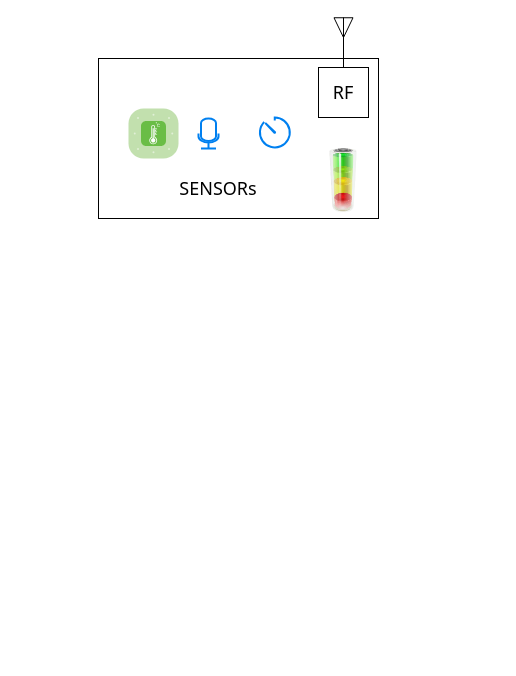
Earlier version of the draw.io diagram page "Page-2" (2 of 2) of CBM.drawio (anhvanthe/01_my_drawio). Source tidied: cells renumbered, new cells numbered last; positions are measured from the earlier drawing's top-left corner, leaving out a move shared by most shapes. Both pictures are drawn from the tidied source at 100%, with x=0, y=0 at pixel (98, 17).
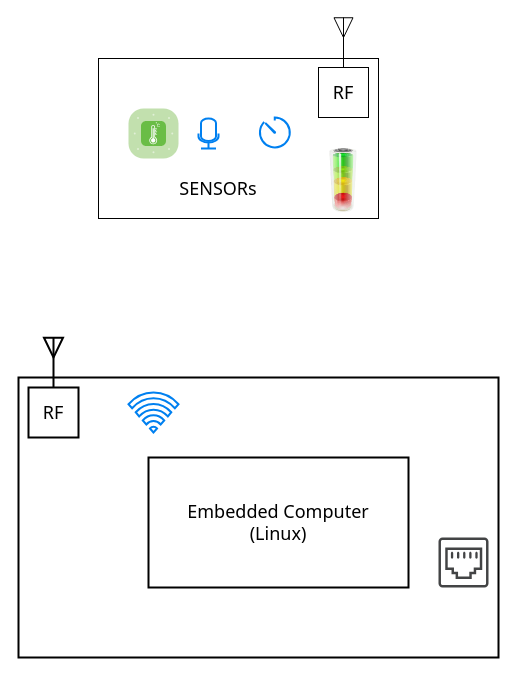
The same diagram, later.

Change to the diagram source:
```diff
@@
 <mxGraphModel>
   <root>
     <mxCell id="0" />
     <mxCell id="1" parent="0" />
     <mxCell id="2" style="rounded=0;whiteSpace=wrap;html=1;fontFamily=Verdana;fontSize=20;" parent="1" vertex="1">
       <mxGeometry y="41" width="280" height="160" as="geometry" />
     </mxCell>
     <mxCell id="3" style="verticalLabelPosition=bottom;html=1;fillColor=#6ABD46;strokeColor=#ffffff;verticalAlign=top;align=center;shape=mxgraph.cisco_safe.compositeIcon;bgIcon=mxgraph.cisco_safe.architecture.generic_appliance;resIcon=mxgraph.cisco_safe.architecture.sensor;fontFamily=Verdana;fontSize=20;" parent="1" vertex="1">
       <mxGeometry x="30" y="91" width="50" height="50" as="geometry" />
     </mxCell>
     <mxCell id="4" style="html=1;verticalLabelPosition=bottom;align=center;labelBackgroundColor=#ffffff;verticalAlign=top;strokeWidth=2;strokeColor=#0080F0;shadow=0;dashed=0;shape=mxgraph.ios7.icons.microphone;" parent="1" vertex="1">
       <mxGeometry x="100" y="101" width="20" height="30" as="geometry" />
     </mxCell>
     <mxCell id="5" style="html=1;verticalLabelPosition=bottom;align=center;labelBackgroundColor=#ffffff;verticalAlign=top;strokeWidth=2;strokeColor=#0080F0;shadow=0;dashed=0;shape=mxgraph.ios7.icons.gauge;" parent="1" vertex="1">
       <mxGeometry x="160" y="100" width="32.4" height="31.5" as="geometry" />
     </mxCell>
     <mxCell id="6" style="verticalLabelPosition=bottom;shadow=0;dashed=0;align=center;html=1;verticalAlign=top;shape=mxgraph.electrical.radio.aerial_-_antenna_2;" parent="1" vertex="1">
       <mxGeometry x="235.5" width="19" height="50" as="geometry" />
     </mxCell>
     <mxCell id="7" value="SENSORs" style="text;html=1;strokeColor=none;fillColor=none;align=center;verticalAlign=middle;whiteSpace=wrap;rounded=0;fontFamily=Tahoma;fontSize=18;" parent="1" vertex="1">
       <mxGeometry x="100" y="161" width="40" height="20" as="geometry" />
     </mxCell>
     <mxCell id="8" style="image;html=1;image=img/lib/clip_art/general/Battery_allstates_128x128.png;fontFamily=Tahoma;fontSize=18;" parent="1" vertex="1">
       <mxGeometry x="220" y="131" width="50" height="65" as="geometry" />
     </mxCell>
     <mxCell id="9" value="RF" style="whiteSpace=wrap;html=1;fontFamily=Tahoma;fontSize=18;" parent="1" vertex="1">
       <mxGeometry x="220" y="50" width="50" height="50" as="geometry" />
     </mxCell>
+    <mxCell id="10" style="rounded=0;whiteSpace=wrap;html=1;fontFamily=Tahoma;fontSize=18;strokeWidth=2;" parent="1" vertex="1">
+      <mxGeometry x="-80" y="360" width="480" height="280" as="geometry" />
+    </mxCell>
+    <mxCell id="11" style="verticalLabelPosition=bottom;shadow=0;dashed=0;align=center;html=1;verticalAlign=top;shape=mxgraph.electrical.radio.aerial_-_antenna_2;strokeWidth=2;" parent="1" vertex="1">
+      <mxGeometry x="-54.5" y="320" width="19" height="50" as="geometry" />
+    </mxCell>
+    <mxCell id="12" value="RF" style="whiteSpace=wrap;html=1;fontFamily=Tahoma;fontSize=18;strokeWidth=2;" parent="1" vertex="1">
+      <mxGeometry x="-70" y="370" width="50" height="50" as="geometry" />
+    </mxCell>
+    <mxCell id="13" style="html=1;verticalLabelPosition=bottom;align=center;labelBackgroundColor=#ffffff;verticalAlign=top;strokeWidth=2;strokeColor=#0080F0;shadow=0;dashed=0;shape=mxgraph.ios7.icons.wifi;fontFamily=Tahoma;fontSize=18;" parent="1" vertex="1">
+      <mxGeometry x="30" y="375" width="50" height="40" as="geometry" />
+    </mxCell>
+    <mxCell id="14" style="shadow=0;dashed=0;html=1;strokeColor=none;fillColor=#434445;labelPosition=center;verticalLabelPosition=bottom;verticalAlign=top;align=center;shape=mxgraph.vvd.ethernet_port;fontFamily=Tahoma;fontSize=18;strokeWidth=2;" parent="1" vertex="1">
+      <mxGeometry x="340" y="520" width="50" height="50" as="geometry" />
+    </mxCell>
+    <mxCell id="15" value="Embedded Computer&lt;br&gt;(Linux)" style="rounded=0;whiteSpace=wrap;html=1;fontFamily=Tahoma;fontSize=18;strokeWidth=2;" parent="1" vertex="1">
+      <mxGeometry x="50" y="440" width="260" height="130" as="geometry" />
+    </mxCell>
   </root>
 </mxGraphModel>
```
